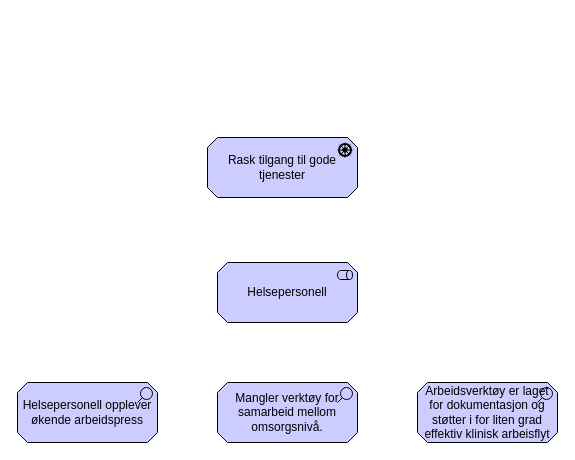
Above: page "helsepersonell-concern" (3 of 3) of docs/interessent/motivasjon-interessent.drawio in hdir/Digital-Forstelinje (draw.io), before the change. Source tidied: cells renumbered, new cells numbered last; positions are measured from the earlier drawing's top-left corner, leaving out a move shared by most shapes. Both pictures are drawn from the tidied source at 100%, with x=0, y=0 at pixel (17, 137).
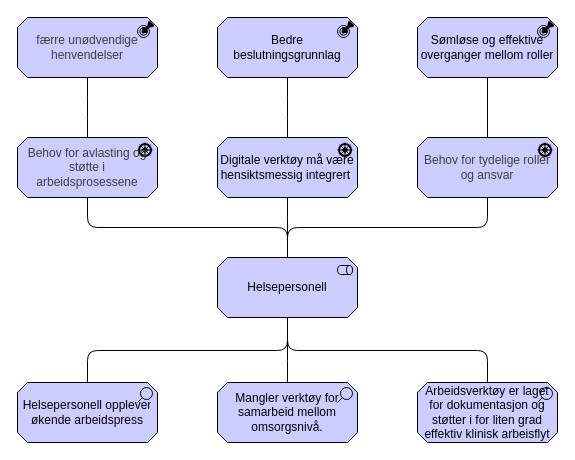
Above is the later version.

The change refers to these unchanged cells:
```xml
<mxCell id="4" value="Helsepersonell opplever økende arbeidspress" style="html=1;outlineConnect=0;whiteSpace=wrap;fillColor=#CCCCFF;shape=mxgraph.archimate3.application;appType=assess;archiType=oct;" parent="1" vertex="1">
  <mxGeometry y="245" width="140" height="60" as="geometry" />
</mxCell>
<mxCell id="5" value="Mangler verktøy for samarbeid mellom omsorgsnivå." style="html=1;outlineConnect=0;whiteSpace=wrap;fillColor=#CCCCFF;shape=mxgraph.archimate3.application;appType=assess;archiType=oct;" parent="1" vertex="1">
  <mxGeometry x="200" y="245" width="140" height="60" as="geometry" />
</mxCell>
<mxCell id="6" value="Arbeidsverktøy er laget for dokumentasjon og støtter i for liten grad effektiv klinisk arbeisflyt" style="html=1;outlineConnect=0;whiteSpace=wrap;fillColor=#CCCCFF;shape=mxgraph.archimate3.application;appType=assess;archiType=oct;" parent="1" vertex="1">
  <mxGeometry x="400" y="245" width="140" height="60" as="geometry" />
</mxCell>
```

Change to the diagram source:
```diff
@@
     <mxCell id="2" value="Helsepersonell" style="html=1;outlineConnect=0;whiteSpace=wrap;fillColor=#CCCCFF;shape=mxgraph.archimate3.application;appType=role;archiType=oct;" parent="1" vertex="1">
-      <mxGeometry x="200" y="125" width="140" height="60" as="geometry" />
+      <mxGeometry x="200" y="120" width="140" height="60" as="geometry" />
     </mxCell>
-    <mxCell id="3" value="Rask tilgang til gode tjenester" style="html=1;outlineConnect=0;whiteSpace=wrap;fillColor=#CCCCFF;shape=mxgraph.archimate3.application;appType=driver;archiType=oct;" parent="1" vertex="1">
-      <mxGeometry x="190" width="150" height="60" as="geometry" />
+    <mxCell id="3" value="&lt;font style=&quot;font-size: 12px;&quot; face=&quot;Helvetica&quot;&gt;Digitale verktøy må være hensiktsmessig integrert&amp;nbsp;&lt;/font&gt;" style="html=1;outlineConnect=0;whiteSpace=wrap;fillColor=#CCCCFF;shape=mxgraph.archimate3.application;appType=driver;archiType=oct;" parent="1" vertex="1">
+      <mxGeometry x="200" width="140" height="60" as="geometry" />
     </mxCell>
@@
+    <mxCell id="7" value="Bedre beslutningsgrunnlag" style="html=1;outlineConnect=0;whiteSpace=wrap;fillColor=#CCCCFF;shape=mxgraph.archimate3.application;appType=outcome;archiType=oct;" parent="1" vertex="1">
+      <mxGeometry x="200" y="-120" width="140" height="60" as="geometry" />
+    </mxCell>
+    <mxCell id="8" value="&lt;span style=&quot;color: rgb(63, 63, 63); text-align: left;&quot;&gt;&lt;font style=&quot;font-size: 12px;&quot;&gt;Behov for tydelige roller og ansvar&lt;/font&gt;&lt;/span&gt;" style="html=1;outlineConnect=0;whiteSpace=wrap;fillColor=#CCCCFF;shape=mxgraph.archimate3.application;appType=driver;archiType=oct;" parent="1" vertex="1">
+      <mxGeometry x="400" width="140" height="60" as="geometry" />
+    </mxCell>
+    <mxCell id="9" value="&lt;span style=&quot;color: rgb(63, 63, 63); text-align: left;&quot;&gt;&lt;font style=&quot;font-size: 12px;&quot;&gt;Behov for avlasting og støtte i arbeidsprosessene&lt;/font&gt;&lt;/span&gt;" style="html=1;outlineConnect=0;whiteSpace=wrap;fillColor=#CCCCFF;shape=mxgraph.archimate3.application;appType=driver;archiType=oct;" parent="1" vertex="1">
+      <mxGeometry width="140" height="60" as="geometry" />
+    </mxCell>
+    <mxCell id="10" value="Sømløse og effektive overganger mellom roller" style="html=1;whiteSpace=wrap;fillColor=#CCCCFF;shape=mxgraph.archimate3.application;appType=outcome;archiType=oct;" parent="1" vertex="1">
+      <mxGeometry x="400" y="-120" width="140" height="60" as="geometry" />
+    </mxCell>
+    <mxCell id="11" value="&lt;span style=&quot;color: rgb(63, 63, 63); text-align: left;&quot;&gt;&lt;font face=&quot;Helvetica&quot; style=&quot;font-size: 12px;&quot;&gt;færre unødvendige henvendelser&lt;/font&gt;&lt;/span&gt;" style="html=1;outlineConnect=0;whiteSpace=wrap;fillColor=#CCCCFF;shape=mxgraph.archimate3.application;appType=outcome;archiType=oct;" parent="1" vertex="1">
+      <mxGeometry y="-120" width="140" height="60" as="geometry" />
+    </mxCell>
+    <mxCell id="12" style="edgeStyle=elbowEdgeStyle;html=1;endArrow=none;elbow=vertical;exitX=0.5;exitY=1;exitDx=0;exitDy=0;exitPerimeter=0;entryX=0.5;entryY=0;entryDx=0;entryDy=0;entryPerimeter=0;" parent="1" edge="1" source="2" target="4">
+      <mxGeometry relative="1" as="geometry" />
+    </mxCell>
+    <mxCell id="13" style="edgeStyle=elbowEdgeStyle;html=1;endArrow=none;elbow=vertical;exitX=0.5;exitY=1;exitDx=0;exitDy=0;exitPerimeter=0;entryX=0.5;entryY=0;entryDx=0;entryDy=0;entryPerimeter=0;" parent="1" edge="1" source="2" target="6">
+      <mxGeometry relative="1" as="geometry" />
+    </mxCell>
+    <mxCell id="14" style="edgeStyle=elbowEdgeStyle;html=1;endArrow=none;elbow=vertical;exitX=0.5;exitY=1;exitDx=0;exitDy=0;exitPerimeter=0;entryX=0.5;entryY=0;entryDx=0;entryDy=0;entryPerimeter=0;" parent="1" edge="1" source="9" target="2">
+      <mxGeometry relative="1" as="geometry" />
+    </mxCell>
+    <mxCell id="15" style="edgeStyle=elbowEdgeStyle;html=1;endArrow=none;elbow=vertical;exitX=0.5;exitY=1;exitDx=0;exitDy=0;exitPerimeter=0;entryX=0.5;entryY=0;entryDx=0;entryDy=0;entryPerimeter=0;" parent="1" edge="1" source="3" target="2">
+      <mxGeometry relative="1" as="geometry" />
+    </mxCell>
+    <mxCell id="16" style="edgeStyle=elbowEdgeStyle;html=1;endArrow=none;elbow=vertical;exitX=0.5;exitY=1;exitDx=0;exitDy=0;exitPerimeter=0;entryX=0.5;entryY=0;entryDx=0;entryDy=0;entryPerimeter=0;" parent="1" edge="1" source="8" target="2">
+      <mxGeometry relative="1" as="geometry" />
+    </mxCell>
+    <mxCell id="17" style="edgeStyle=elbowEdgeStyle;html=1;endArrow=none;elbow=vertical;exitX=0.5;exitY=1;exitDx=0;exitDy=0;exitPerimeter=0;entryX=0.5;entryY=0;entryDx=0;entryDy=0;entryPerimeter=0;" parent="1" edge="1" source="2" target="5">
+      <mxGeometry relative="1" as="geometry" />
+    </mxCell>
+    <mxCell id="18" style="edgeStyle=elbowEdgeStyle;html=1;endArrow=none;elbow=vertical;entryX=0.5;entryY=0;entryDx=0;entryDy=0;entryPerimeter=0;exitX=0.5;exitY=1;exitDx=0;exitDy=0;exitPerimeter=0;" parent="1" edge="1" source="7" target="3">
+      <mxGeometry relative="1" as="geometry" />
+    </mxCell>
+    <mxCell id="19" style="html=1;endArrow=none;elbow=vertical;entryX=0.5;entryY=0;entryDx=0;entryDy=0;entryPerimeter=0;" parent="1" edge="1" target="8">
+      <mxGeometry relative="1" as="geometry">
+        <mxPoint x="470" y="-60" as="sourcePoint" />
+      </mxGeometry>
+    </mxCell>
+    <mxCell id="20" style="edgeStyle=elbowEdgeStyle;html=1;endArrow=none;elbow=vertical;entryX=0.5;entryY=0;entryDx=0;entryDy=0;entryPerimeter=0;exitX=0.5;exitY=1;exitDx=0;exitDy=0;exitPerimeter=0;" parent="1" edge="1" source="11" target="9">
+      <mxGeometry relative="1" as="geometry" />
+    </mxCell>
```
